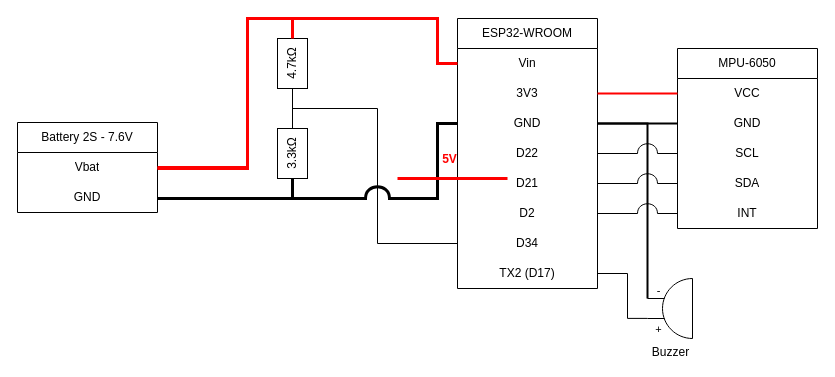
This is IMU/img/hand_module_diagram.drawio from Jormunth/EUC_Blinker_CPELyon, a draw.io file, before an edit. Source tidied: cells renumbered, new cells numbered last; positions are measured from the earlier drawing's top-left corner, leaving out a move shared by most shapes. Both pictures are drawn from the tidied source at 100%, with x=0, y=0 at pixel (17, 18).
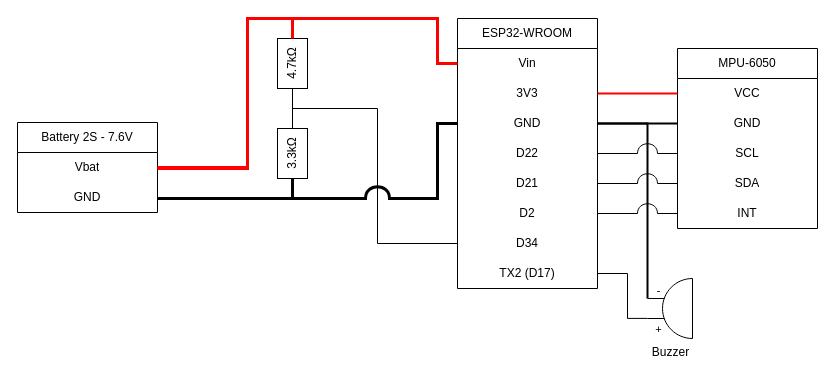
The same page after the edit.

Commit message (it also covers changes not shown here):
fixed error diagram

What changed in the source:
```diff
@@
-    <mxCell id="38" style="edgeStyle=orthogonalEdgeStyle;html=1;endArrow=none;endFill=0;rounded=0;strokeColor=#FF0000;strokeWidth=3;" parent="1" edge="1">
-      <mxGeometry relative="1" as="geometry">
-        <mxPoint x="380" y="160" as="sourcePoint" />
-        <mxPoint x="490" y="160" as="targetPoint" />
-        <Array as="points">
-          <mxPoint x="400" y="160" />
-        </Array>
-      </mxGeometry>
-    </mxCell>
-    <mxCell id="39" value="5V" style="edgeLabel;html=1;align=center;verticalAlign=middle;fontSize=12;fontColor=#FF0000;fontStyle=1;" parent="38" vertex="1">
-      <mxGeometry x="0.41" y="-2" relative="1" as="geometry">
-        <mxPoint x="-27" y="-22" as="offset" />
-      </mxGeometry>
-    </mxCell>
```
